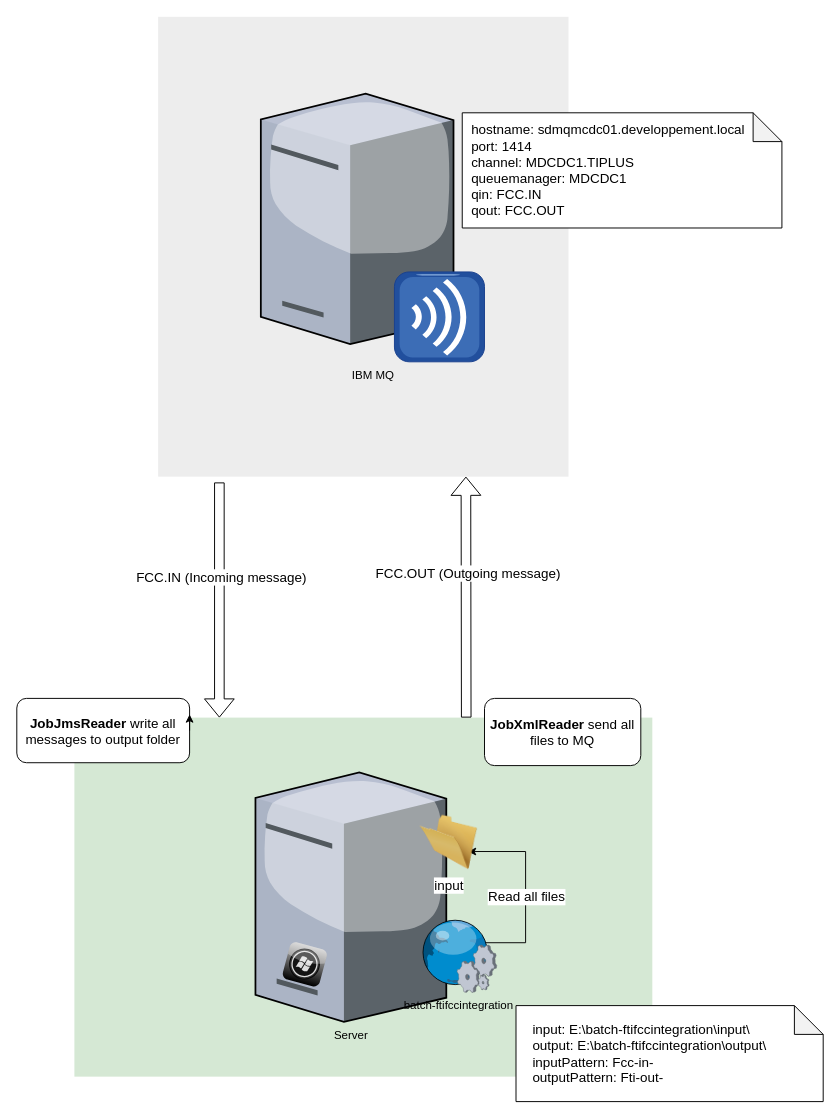
wittakarn/diagram keeps this draw.io diagram as ftifccintegration/ftifccintegration.drawio. Above is the earlier version. Source tidied: cells renumbered, new cells numbered last; positions are measured from the earlier drawing's top-left corner, leaving out a move shared by most shapes. Both pictures are drawn from the tidied source at 96%, with x=0, y=0 at pixel (16, 16).
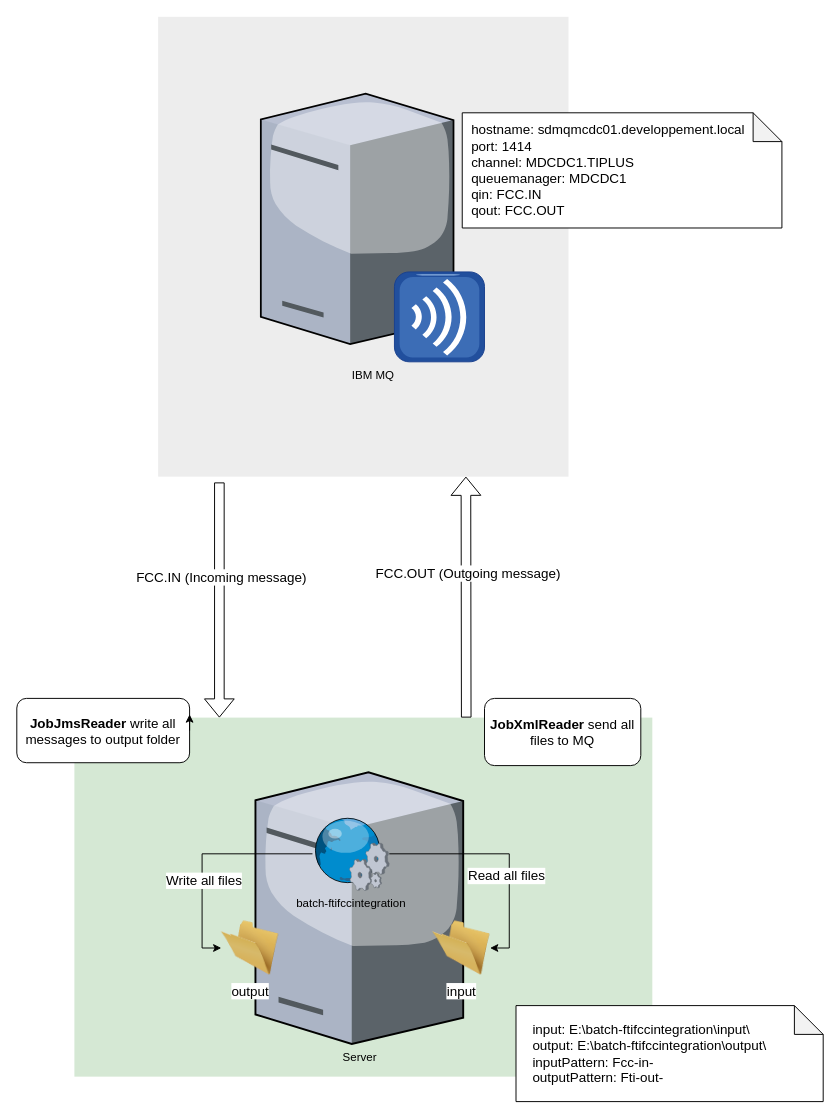
Above is the later version.

The edit, as a diff of the source:
```diff
@@
     <mxCell id="5" value="Server" style="verticalLabelPosition=bottom;html=1;verticalAlign=top;strokeColor=none;align=center;shape=mxgraph.citrix.license_server;" parent="1" vertex="1">
-      <mxGeometry x="248.6" y="787" width="198.8" height="260" as="geometry" />
+      <mxGeometry x="248.6" y="787" width="216.4" height="283" as="geometry" />
     </mxCell>
-    <mxCell id="6" style="edgeStyle=orthogonalEdgeStyle;rounded=0;orthogonalLoop=1;jettySize=auto;html=1;fontSize=14;entryX=1;entryY=0.75;entryDx=0;entryDy=0;" parent="1" edge="1">
-      <mxGeometry relative="1" as="geometry">
-        <mxPoint x="480" y="961.8" as="sourcePoint" />
-        <mxPoint x="470" y="869.5" as="targetPoint" />
-        <Array as="points">
-          <mxPoint x="480" y="964.5" />
-          <mxPoint x="530" y="964.5" />
-          <mxPoint x="530" y="869.5" />
-        </Array>
-      </mxGeometry>
-    </mxCell>
+    <mxCell id="20" style="edgeStyle=orthogonalEdgeStyle;rounded=0;jettySize=auto;html=1;entryX=1;entryY=0.5;entryDx=0;entryDy=0;fontSize=14;" parent="1" edge="1" source="8" target="12">
+      <mxGeometry relative="1" as="geometry" />
+    </mxCell>
-    <mxCell id="7" value="Read all files" style="edgeLabel;html=1;align=center;verticalAlign=middle;fontSize=14;" parent="6" vertex="1">
-      <mxGeometry x="0.19" y="5" relative="1" as="geometry">
-        <mxPoint x="5" y="23.1" as="offset" />
-      </mxGeometry>
+    <mxCell id="7" value="Read all files" style="edgeLabel;html=1;align=center;verticalAlign=middle;fontSize=14;" parent="20" vertex="1">
+      <mxGeometry x="0.22" y="-4" relative="1" as="geometry" />
     </mxCell>
+    <mxCell id="21" style="edgeStyle=orthogonalEdgeStyle;rounded=0;jettySize=auto;html=1;entryX=0;entryY=0.5;entryDx=0;entryDy=0;fontSize=14;" parent="1" edge="1" source="8" target="23">
+      <mxGeometry relative="1" as="geometry" />
+    </mxCell>
+    <mxCell id="22" value="Write all files" style="edgeLabel;html=1;align=center;verticalAlign=middle;fontSize=14;" parent="21" vertex="1">
+      <mxGeometry x="-0.13" y="5" relative="1" as="geometry">
+        <mxPoint x="-13" y="23" as="offset" />
+      </mxGeometry>
+    </mxCell>
     <mxCell id="8" value="batch-ftifccintegration" style="verticalLabelPosition=bottom;html=1;verticalAlign=top;strokeColor=none;align=center;outlineConnect=0;shape=mxgraph.citrix.web_service;" parent="1" vertex="1">
-      <mxGeometry x="420" y="940" width="80" height="76.2" as="geometry" />
+      <mxGeometry x="308" y="833.8" width="80" height="76.2" as="geometry" />
     </mxCell>
-    <mxCell id="9" style="verticalLabelPosition=bottom;html=1;verticalAlign=top;strokeColor=none;align=center;shape=mxgraph.citrix.role_desktops;fillColor=#CCCCCC;gradientColor=#000000;gradientDirection=south;rotation=15;" parent="1" vertex="1">
-      <mxGeometry x="280" y="967" width="40" height="40" as="geometry" />
-    </mxCell>
@@
     <mxCell id="12" value="input" style="image;html=1;image=img/lib/clip_art/general/Empty_Folder_128x128.png;fontSize=14;" parent="1" vertex="1">
-      <mxGeometry x="420" y="830" width="60" height="60" as="geometry" />
+      <mxGeometry x="433" y="940" width="60" height="60" as="geometry" />
     </mxCell>
@@
+    <mxCell id="23" value="output" style="image;html=1;image=img/lib/clip_art/general/Empty_Folder_128x128.png;fontSize=14;" parent="1" vertex="1">
+      <mxGeometry x="213" y="940" width="60" height="60" as="geometry" />
+    </mxCell>
```
